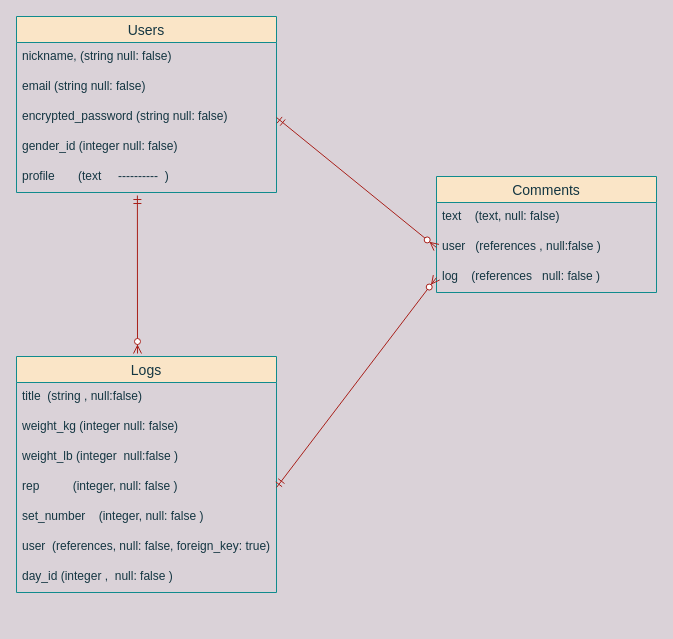
Earlier version of the draw.io diagram fitlog.dio (lococo14/fitlog). Source tidied: cells renumbered, new cells numbered last; positions are measured from the earlier drawing's top-left corner, leaving out a move shared by most shapes. Both pictures are drawn from the tidied source at 100%, with x=0, y=0 at pixel (16, 16).
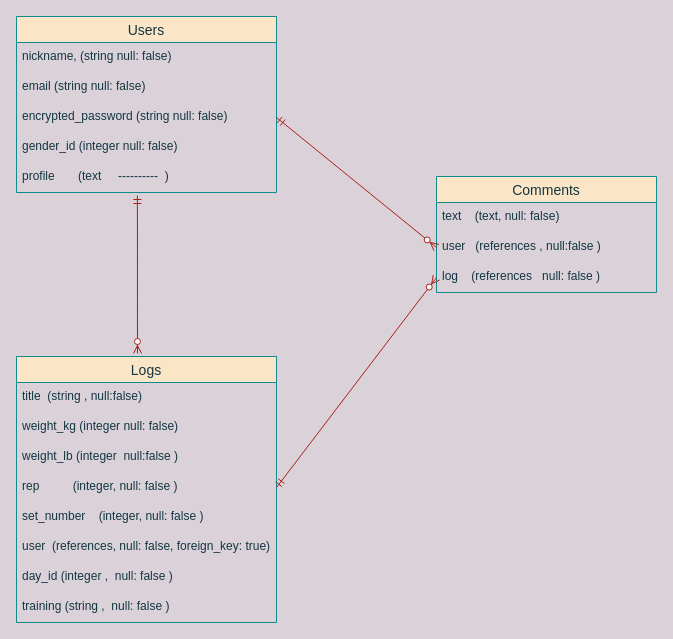
The same diagram, later.

What changed in the source:
```diff
@@
     <mxCell id="8" value="Logs" style="swimlane;fontStyle=0;horizontal=1;startSize=26;align=center;fontSize=14;rounded=0;sketch=0;strokeColor=#0F8B8D;fillColor=#FAE5C7;fontColor=#143642;" parent="1" vertex="1">
-      <mxGeometry y="340" width="260" height="236" as="geometry" />
+      <mxGeometry y="340" width="260" height="266" as="geometry" />
     </mxCell>
@@
+    <mxCell id="23" value="training (string ,  null: false )" style="text;strokeColor=none;fillColor=none;spacingLeft=4;spacingRight=4;overflow=hidden;fontSize=12;fontColor=#143642;" parent="8" vertex="1">
+      <mxGeometry y="236" width="260" height="30" as="geometry" />
+    </mxCell>
```
